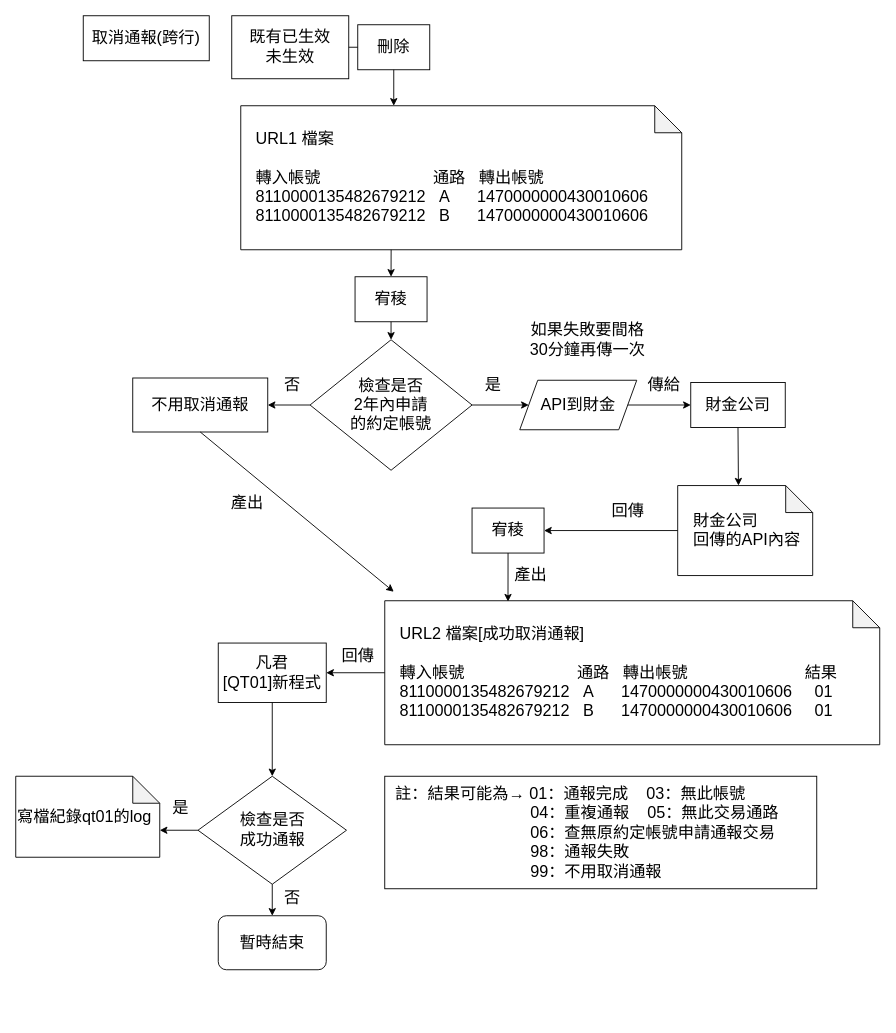
Above: page "取消通報(跨行)" (3 of 6) of 約轉灰名單架構.drawio in yeahyeah0606/yeahyeah0606.github.io (draw.io), before the change. Source tidied: cells renumbered, new cells numbered last; positions are measured from the earlier drawing's top-left corner, leaving out a move shared by most shapes. Both pictures are drawn from the tidied source at 90%, with x=0, y=0 at pixel (15, 15).
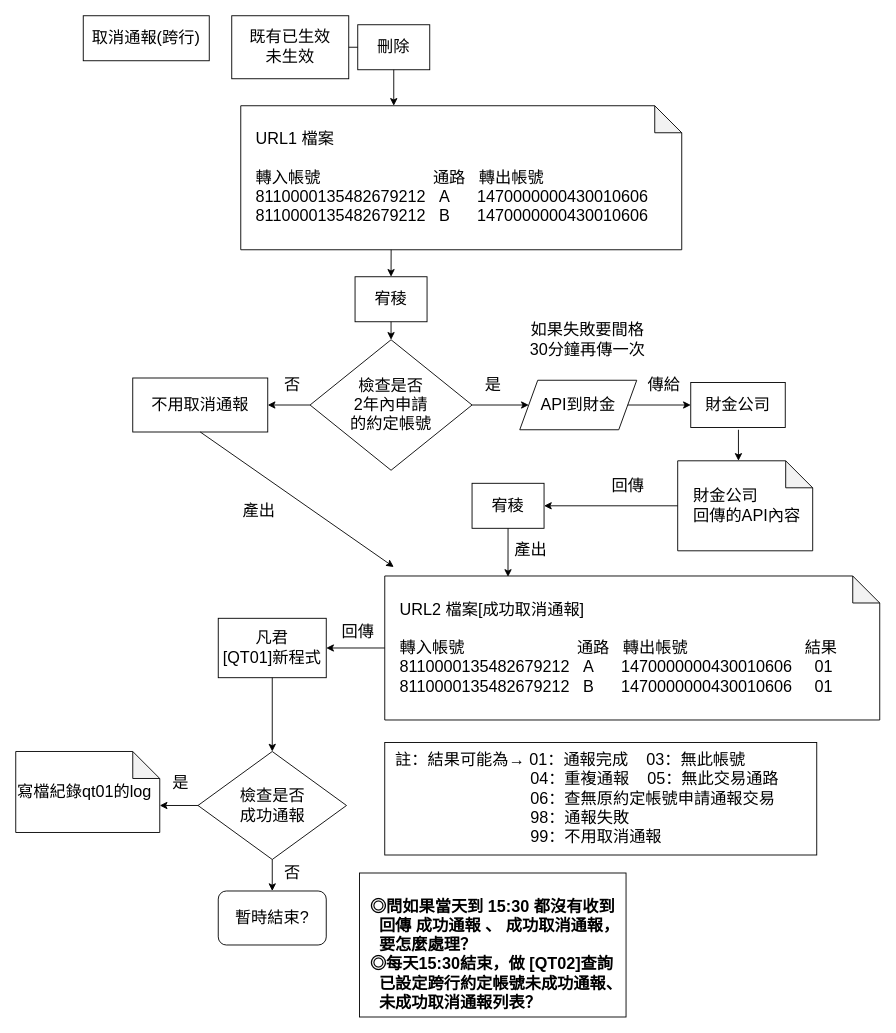
The same diagram, later.

The change refers to these unchanged cells:
```xml
<mxCell id="11" value="&lt;font style=&quot;font-size: 18px;&quot;&gt;財金公司&lt;/font&gt;" style="rounded=0;whiteSpace=wrap;html=1;" parent="1" vertex="1">
  <mxGeometry x="750" y="407.5" width="105" height="50" as="geometry" />
</mxCell>
<mxCell id="38" value="&lt;font style=&quot;font-size: 18px;&quot;&gt;不用取消通報&lt;/font&gt;" style="rounded=0;whiteSpace=wrap;html=1;" parent="1" vertex="1">
  <mxGeometry x="130" y="402.5" width="150" height="60" as="geometry" />
</mxCell>
```

Diff of the diagram source:
```diff
@@
     <mxCell id="10" value="&lt;span style=&quot;font-size: 18px;&quot;&gt;&amp;nbsp; &amp;nbsp;財金公司&lt;br&gt;&amp;nbsp; &amp;nbsp;回傳的API內容&lt;/span&gt;" style="shape=note;whiteSpace=wrap;html=1;backgroundOutline=1;darkOpacity=0.05;align=left;" parent="1" vertex="1">
-      <mxGeometry x="735.5" y="522" width="150" height="100" as="geometry" />
+      <mxGeometry x="735.5" y="494.5" width="150" height="100" as="geometry" />
     </mxCell>
@@
     <mxCell id="14" value="&lt;span style=&quot;font-size: 18px;&quot;&gt;回傳&lt;/span&gt;" style="text;html=1;align=center;verticalAlign=middle;strokeColor=none;fillColor=none;" parent="1" vertex="1">
-      <mxGeometry x="650" y="530" width="60" height="40" as="geometry" />
+      <mxGeometry x="650" y="502.5" width="60" height="40" as="geometry" />
     </mxCell>
     <mxCell id="15" value="&lt;font style=&quot;font-size: 18px;&quot;&gt;&amp;nbsp; &amp;nbsp;URL2 檔案[成功取消通報]&lt;br&gt;&lt;br&gt;&amp;nbsp; &amp;nbsp;轉入帳號&amp;nbsp; &amp;nbsp; &amp;nbsp; &amp;nbsp; &amp;nbsp; &amp;nbsp; &amp;nbsp; &amp;nbsp; &amp;nbsp; &amp;nbsp; &amp;nbsp; &amp;nbsp; &amp;nbsp;通路&amp;nbsp; &amp;nbsp;轉出帳號&amp;nbsp; &amp;nbsp; &amp;nbsp; &amp;nbsp; &amp;nbsp; &amp;nbsp; &amp;nbsp; &amp;nbsp; &amp;nbsp; &amp;nbsp; &amp;nbsp; &amp;nbsp; &amp;nbsp; 結果&lt;br&gt;&amp;nbsp; &amp;nbsp;8110000135482679212&amp;nbsp;&amp;nbsp;&amp;nbsp;&lt;/font&gt;&lt;font style=&quot;font-size: 18px;&quot;&gt;A&amp;nbsp; &amp;nbsp; &amp;nbsp;&amp;nbsp;&lt;/font&gt;&lt;font style=&quot;font-size: 18px;&quot;&gt;1470000000430010606&amp;nbsp; &amp;nbsp; &amp;nbsp;01&lt;br&gt;&lt;font style=&quot;border-color: var(--border-color);&quot;&gt;&amp;nbsp; &amp;nbsp;8110000135482679212&amp;nbsp; &amp;nbsp;B&lt;/font&gt;&lt;font style=&quot;border-color: var(--border-color);&quot;&gt;&amp;nbsp; &amp;nbsp; &amp;nbsp;&amp;nbsp;&lt;/font&gt;&lt;font style=&quot;border-color: var(--border-color);&quot;&gt;1470000000430010606&amp;nbsp; &amp;nbsp; &amp;nbsp;01&lt;/font&gt;&lt;br&gt;&lt;/font&gt;" style="shape=note;whiteSpace=wrap;html=1;backgroundOutline=1;darkOpacity=0.05;align=left;" parent="1" vertex="1">
-      <mxGeometry x="410" y="650" width="550" height="160" as="geometry" />
+      <mxGeometry x="410" y="622.5" width="550" height="160" as="geometry" />
     </mxCell>
     <mxCell id="16" value="&lt;font style=&quot;font-size: 18px;&quot;&gt;產出&lt;/font&gt;" style="text;html=1;align=center;verticalAlign=middle;strokeColor=none;fillColor=none;" parent="1" vertex="1">
-      <mxGeometry x="542" y="601" width="60" height="40" as="geometry" />
+      <mxGeometry x="542" y="573.5" width="60" height="40" as="geometry" />
     </mxCell>
     <mxCell id="17" value="&lt;font style=&quot;font-size: 18px;&quot;&gt;檢查是否&lt;br&gt;成功通報&lt;br&gt;&lt;/font&gt;" style="rhombus;whiteSpace=wrap;html=1;" parent="1" vertex="1">
-      <mxGeometry x="202.5" y="845" width="165" height="120" as="geometry" />
+      <mxGeometry x="202.5" y="817.5" width="165" height="120" as="geometry" />
     </mxCell>
     <mxCell id="18" value="&lt;span style=&quot;font-size: 18px;&quot;&gt;否&lt;/span&gt;" style="text;html=1;align=center;verticalAlign=middle;strokeColor=none;fillColor=none;" parent="1" vertex="1">
-      <mxGeometry x="287" y="960" width="40" height="40" as="geometry" />
+      <mxGeometry x="287" y="932.5" width="40" height="40" as="geometry" />
     </mxCell>
-    <mxCell id="19" value="&lt;font style=&quot;font-size: 18px;&quot;&gt;暫時結束&lt;/font&gt;" style="rounded=1;whiteSpace=wrap;html=1;" parent="1" vertex="1">
-      <mxGeometry x="225" y="1000" width="120" height="60" as="geometry" />
+    <mxCell id="19" value="&lt;font style=&quot;font-size: 18px;&quot;&gt;暫時結束?&lt;/font&gt;" style="rounded=1;whiteSpace=wrap;html=1;" parent="1" vertex="1">
+      <mxGeometry x="225" y="972.5" width="120" height="60" as="geometry" />
     </mxCell>
     <mxCell id="20" value="&lt;font style=&quot;font-size: 18px;&quot;&gt;凡君&lt;br style=&quot;border-color: var(--border-color);&quot;&gt;[QT01]新程式&lt;/font&gt;" style="rounded=0;whiteSpace=wrap;html=1;" parent="1" vertex="1">
-      <mxGeometry x="225" y="697" width="120" height="66" as="geometry" />
+      <mxGeometry x="225" y="669.5" width="120" height="66" as="geometry" />
     </mxCell>
@@
     <mxCell id="27" value="&lt;font style=&quot;font-size: 18px;&quot;&gt;宥稜&lt;/font&gt;" style="rounded=0;whiteSpace=wrap;html=1;" parent="1" vertex="1">
-      <mxGeometry x="507" y="547" width="80" height="50" as="geometry" />
+      <mxGeometry x="507" y="519.5" width="80" height="50" as="geometry" />
     </mxCell>
@@
-    <mxCell id="29" style="endArrow=classic;html=1;rounded=0;entryX=0.45;entryY=0;entryDx=0;entryDy=0;entryPerimeter=0;exitX=0.5;exitY=1;exitDx=0;exitDy=0;" parent="1" edge="1" source="11" target="10">
-      <mxGeometry relative="1" as="geometry" />
+    <mxCell id="29" style="endArrow=classic;html=1;rounded=0;entryX=0.45;entryY=0;entryDx=0;entryDy=0;entryPerimeter=0;" parent="1" edge="1" target="10">
+      <mxGeometry relative="1" as="geometry">
+        <mxPoint x="803" y="460" as="sourcePoint" />
+      </mxGeometry>
     </mxCell>
@@
     <mxCell id="33" value="&lt;span style=&quot;font-size: 18px;&quot;&gt;回傳&lt;/span&gt;" style="text;html=1;align=center;verticalAlign=middle;strokeColor=none;fillColor=none;" parent="1" vertex="1">
-      <mxGeometry x="350" y="692" width="60" height="40" as="geometry" />
+      <mxGeometry x="350" y="664.5" width="60" height="40" as="geometry" />
     </mxCell>
@@
     <mxCell id="36" value="&lt;font style=&quot;font-size: 18px;&quot;&gt;寫檔紀錄qt01的log&lt;br&gt;&lt;/font&gt;" style="shape=note;whiteSpace=wrap;html=1;backgroundOutline=1;darkOpacity=0.05;align=left;" parent="1" vertex="1">
-      <mxGeometry y="845" width="160" height="90" as="geometry" />
+      <mxGeometry y="817.5" width="160" height="90" as="geometry" />
     </mxCell>
     <mxCell id="37" value="&lt;span style=&quot;font-size: 18px;&quot;&gt;是&lt;/span&gt;" style="text;html=1;align=center;verticalAlign=middle;strokeColor=none;fillColor=none;" parent="1" vertex="1">
-      <mxGeometry x="162.5" y="860" width="40" height="40" as="geometry" />
+      <mxGeometry x="162.5" y="832.5" width="40" height="40" as="geometry" />
     </mxCell>
@@
     <mxCell id="40" style="endArrow=classic;html=1;rounded=0;exitX=0.5;exitY=1;exitDx=0;exitDy=0;" parent="1" edge="1" source="38">
       <mxGeometry relative="1" as="geometry">
-        <mxPoint x="420" y="640" as="targetPoint" />
+        <mxPoint x="420" y="612.5" as="targetPoint" />
       </mxGeometry>
     </mxCell>
     <mxCell id="41" value="&lt;font style=&quot;font-size: 18px;&quot;&gt;產出&lt;/font&gt;" style="text;html=1;align=center;verticalAlign=middle;strokeColor=none;fillColor=none;" parent="1" vertex="1">
-      <mxGeometry x="227" y="522" width="60" height="40" as="geometry" />
+      <mxGeometry x="240" y="529.5" width="60" height="40" as="geometry" />
     </mxCell>
@@
     <mxCell id="43" value="&lt;font style=&quot;font-size: 18px;&quot;&gt;&amp;nbsp; 註：結果可能為→ 01：通報完成&amp;nbsp; &amp;nbsp; 03：無此帳號&amp;nbsp;&lt;br&gt;&amp;nbsp; &amp;nbsp; &amp;nbsp; &amp;nbsp; &amp;nbsp; &amp;nbsp; &amp;nbsp; &amp;nbsp; &amp;nbsp; &amp;nbsp; &amp;nbsp; &amp;nbsp; &amp;nbsp; &amp;nbsp; &amp;nbsp; &amp;nbsp; 04：重複通報&amp;nbsp; &amp;nbsp; 05：無此交易通路&lt;br&gt;&amp;nbsp; &amp;nbsp; &amp;nbsp; &amp;nbsp; &amp;nbsp; &amp;nbsp; &amp;nbsp; &amp;nbsp; &amp;nbsp; &amp;nbsp; &amp;nbsp; &amp;nbsp; &amp;nbsp; &amp;nbsp; &amp;nbsp; &amp;nbsp;&amp;nbsp;&lt;/font&gt;&lt;font style=&quot;font-size: 18px;&quot;&gt;06：查無原約定帳號申請通報交易&lt;br&gt;&amp;nbsp; &amp;nbsp; &amp;nbsp; &amp;nbsp; &amp;nbsp; &amp;nbsp; &amp;nbsp; &amp;nbsp; &amp;nbsp; &amp;nbsp; &amp;nbsp; &amp;nbsp; &amp;nbsp; &amp;nbsp; &amp;nbsp; &amp;nbsp; 98：通報失敗&lt;br&gt;&lt;/font&gt;&lt;font style=&quot;border-color: var(--border-color); font-size: 18px;&quot;&gt;&amp;nbsp; &amp;nbsp; &amp;nbsp; &amp;nbsp; &amp;nbsp; &amp;nbsp; &amp;nbsp; &amp;nbsp; &amp;nbsp; &amp;nbsp; &amp;nbsp; &amp;nbsp; &amp;nbsp; &amp;nbsp; &amp;nbsp; &amp;nbsp; 99&lt;/font&gt;&lt;font style=&quot;border-color: var(--border-color); font-size: 18px;&quot;&gt;：不用取消通報&lt;/font&gt;&lt;span style=&quot;font-size: 18px;&quot;&gt;&lt;br&gt;&lt;/span&gt;" style="rounded=0;whiteSpace=wrap;html=1;align=left;" parent="1" vertex="1">
-      <mxGeometry x="410" y="845" width="480" height="125" as="geometry" />
+      <mxGeometry x="410" y="807.5" width="480" height="125" as="geometry" />
     </mxCell>
+    <mxCell id="44" value="&lt;font style=&quot;&quot;&gt;&lt;font style=&quot;font-weight: bold; font-size: 18px;&quot;&gt;&lt;br&gt;&amp;nbsp; &lt;b style=&quot;border-color: var(--border-color);&quot;&gt;◎&lt;/b&gt;&lt;/font&gt;&lt;b&gt;&lt;font style=&quot;font-size: 18px;&quot;&gt;&lt;font style=&quot;&quot;&gt;問如果當&lt;/font&gt;&lt;span style=&quot;background-color: initial;&quot;&gt;天到 15:30 都沒有收到&amp;nbsp; &lt;br&gt;&amp;nbsp; &amp;nbsp; 回傳 成功通報 、 成功取消通報，&lt;br&gt;&amp;nbsp; &amp;nbsp; 要怎麼處理？&lt;br&gt;&lt;/span&gt;&lt;/font&gt;&lt;/b&gt;&lt;font style=&quot;font-size: 18px;&quot;&gt;&lt;b&gt;&amp;nbsp; ◎每&lt;font style=&quot;&quot;&gt;天&lt;/font&gt;&lt;/b&gt;&lt;/font&gt;&lt;font style=&quot;font-size: 18px;&quot;&gt;&lt;b&gt;15:30結束，做 [QT02]查詢&lt;br style=&quot;border-color: var(--border-color);&quot;&gt;&amp;nbsp; &amp;nbsp; 已設定跨行約定帳號未成功通報、&lt;br style=&quot;border-color: var(--border-color);&quot;&gt;&amp;nbsp; &amp;nbsp; 未成功取消通報列表？&lt;/b&gt;&lt;/font&gt;&lt;b&gt;&lt;font style=&quot;font-size: 18px;&quot;&gt;&lt;br&gt;&lt;/font&gt;&lt;/b&gt;&lt;/font&gt;" style="rounded=0;whiteSpace=wrap;html=1;align=left;" parent="1" vertex="1">
+      <mxGeometry x="381.9" y="952.5" width="296.2" height="160" as="geometry" />
+    </mxCell>
```
